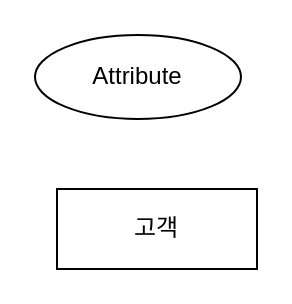
The draw.io diagram 제목 없는 다이어그램.drawio in SEOUL-raphael/erd, before the edit. Source tidied: cells renumbered, new cells numbered last; positions are measured from the earlier drawing's top-left corner, leaving out a move shared by most shapes. Both pictures are drawn from the tidied source at 200%, with x=0, y=0 at pixel (34, 34).
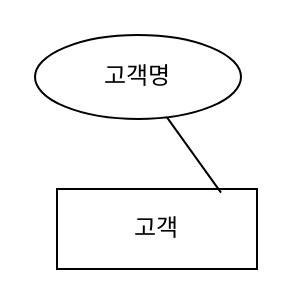
After the change.

Commit message (it also covers changes not shown here):
제목 없는 다이어그램.drawio 업데이트

Diff of the diagram source:
```diff
@@
 <mxGraphModel>
   <root>
     <mxCell id="0" />
     <mxCell id="1" parent="0" />
     <mxCell id="2" value="고&lt;span style=&quot;background-color: initial;&quot;&gt;객&lt;/span&gt;" style="whiteSpace=wrap;html=1;align=center;" parent="1" vertex="1">
       <mxGeometry x="11" y="77" width="100" height="40" as="geometry" />
     </mxCell>
-    <mxCell id="3" value="Attribute" style="ellipse;whiteSpace=wrap;html=1;align=center;" parent="1" vertex="1">
+    <mxCell id="3" value="고객명" style="ellipse;whiteSpace=wrap;html=1;align=center;" parent="1" vertex="1">
       <mxGeometry width="103" height="42" as="geometry" />
     </mxCell>
+    <mxCell id="4" style="endArrow=none;html=1;rounded=0;fontSize=12;startSize=8;endSize=8;curved=1;entryX=0.82;entryY=0.045;entryDx=0;entryDy=0;entryPerimeter=0;" parent="1" edge="1" source="3" target="2">
+      <mxGeometry relative="1" as="geometry" />
+    </mxCell>
   </root>
 </mxGraphModel>
```
